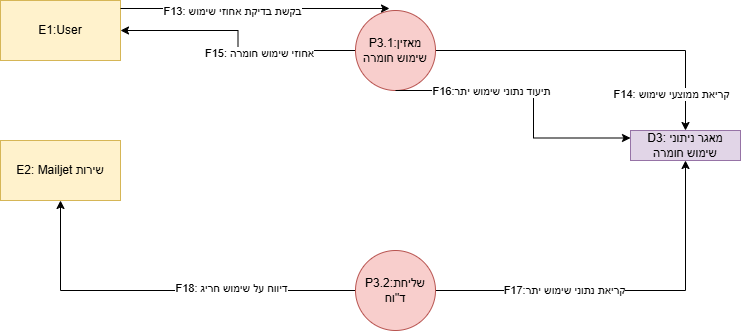
Earlier version of the draw.io export הפרוייקט/DFD1P3SUB.drawio.png (EyasSh/WiresharkClone). Source tidied: cells renumbered, new cells last; positions are measured from the earlier drawing's top-left corner, leaving out a move shared by most shapes.
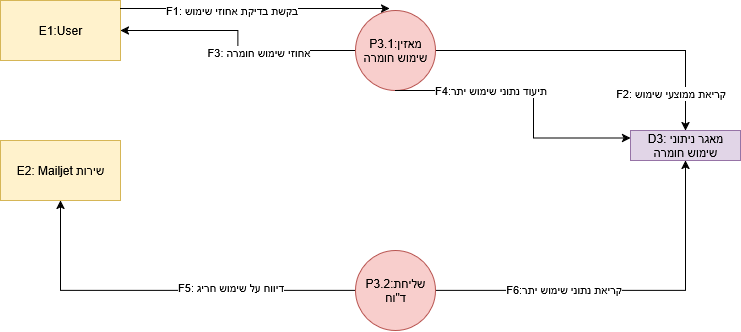
Above is the later version.

Change to the diagram source:
```diff
@@ -8,7 +8,7 @@
     <mxCell id="3" style="edgeStyle=orthogonalEdgeStyle;rounded=0;jettySize=auto;html=1;entryX=1;entryY=0.5;entryDx=0;entryDy=0;" parent="1" edge="1" source="6" target="7">
       <mxGeometry relative="1" as="geometry" />
     </mxCell>
-    <mxCell id="4" value="F15: אחוזי שימוש חומרה" style="edgeLabel;html=1;align=center;verticalAlign=middle;" parent="3" vertex="1">
+    <mxCell id="4" value="F3: אחוזי שימוש חומרה" style="edgeLabel;html=1;align=center;verticalAlign=middle;" parent="3" vertex="1">
       <mxGeometry x="-0.24" y="2" relative="1" as="geometry" />
     </mxCell>
     <mxCell id="5" style="edgeStyle=orthogonalEdgeStyle;rounded=0;jettySize=auto;html=1;entryX=0.5;entryY=0;entryDx=0;entryDy=0;" parent="1" edge="1" source="6" target="2">
@@ -26,13 +26,13 @@
     <mxCell id="9" style="edgeStyle=orthogonalEdgeStyle;rounded=0;jettySize=auto;html=1;entryX=0.5;entryY=1;entryDx=0;entryDy=0;" parent="1" edge="1" source="13" target="8">
       <mxGeometry relative="1" as="geometry" />
     </mxCell>
-    <mxCell id="10" value="F18: דיווח על שימוש חריג" style="edgeLabel;html=1;align=center;verticalAlign=middle;" parent="9" vertex="1">
+    <mxCell id="10" value="F5: דיווח על שימוש חריג" style="edgeLabel;html=1;align=center;verticalAlign=middle;" parent="9" vertex="1">
       <mxGeometry x="-0.35" y="-3" relative="1" as="geometry" />
     </mxCell>
     <mxCell id="11" style="edgeStyle=orthogonalEdgeStyle;rounded=0;jettySize=auto;html=1;entryX=0.5;entryY=1;entryDx=0;entryDy=0;" parent="1" edge="1" source="13" target="2">
       <mxGeometry relative="1" as="geometry" />
     </mxCell>
-    <mxCell id="12" value="F17:קריאת נתוני שימוש יתר" style="edgeLabel;html=1;align=center;verticalAlign=middle;" parent="11" vertex="1">
+    <mxCell id="12" value="F6:קריאת נתוני שימוש יתר" style="edgeLabel;html=1;align=center;verticalAlign=middle;" parent="11" vertex="1">
       <mxGeometry x="-0.33" y="1" relative="1" as="geometry" />
     </mxCell>
     <mxCell id="13" value="P3.2:שליחת ד&quot;וח" style="ellipse;whiteSpace=wrap;html=1;fillColor=#f8cecc;strokeColor=#b85450;" parent="1" vertex="1">
@@ -46,12 +46,12 @@
         </Array>
       </mxGeometry>
     </mxCell>
-    <mxCell id="15" value="F14: קריאת ממוצעי שימוש" style="edgeLabel;html=1;align=center;verticalAlign=middle;" parent="14" vertex="1">
+    <mxCell id="15" value="F2: קריאת ממוצעי שימוש" style="edgeLabel;html=1;align=center;verticalAlign=middle;" parent="14" vertex="1">
       <mxGeometry x="-0.01" y="2" relative="1" as="geometry">
         <mxPoint x="135" y="1" as="offset" />
       </mxGeometry>
     </mxCell>
-    <mxCell id="16" value="F16:תיעוד נתוני שימוש יתר" style="edgeLabel;html=1;align=center;verticalAlign=middle;" parent="14" vertex="1">
+    <mxCell id="16" value="F4:תיעוד נתוני שימוש יתר" style="edgeLabel;html=1;align=center;verticalAlign=middle;" parent="14" vertex="1">
       <mxGeometry x="-0.61" y="1" relative="1" as="geometry">
         <mxPoint x="40" y="1" as="offset" />
       </mxGeometry>
@@ -64,7 +64,7 @@
         </Array>
       </mxGeometry>
     </mxCell>
-    <mxCell id="18" value="F13: בקשת בדיקת אחוזי שימוש" style="edgeLabel;html=1;align=center;verticalAlign=middle;" parent="17" vertex="1">
+    <mxCell id="18" value="F1: בקשת בדיקת אחוזי שימוש" style="edgeLabel;html=1;align=center;verticalAlign=middle;" parent="17" vertex="1">
       <mxGeometry x="-0.17" y="-2" relative="1" as="geometry" />
     </mxCell>
   </root>
```
